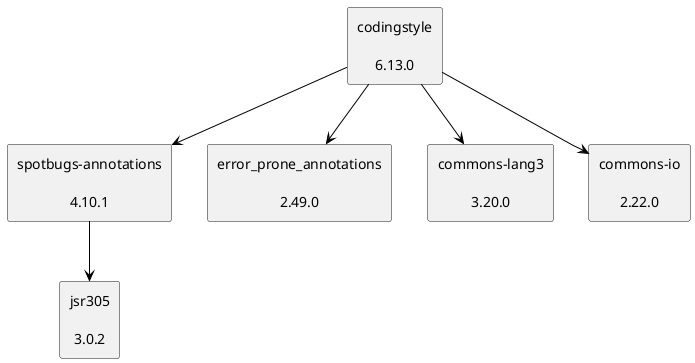
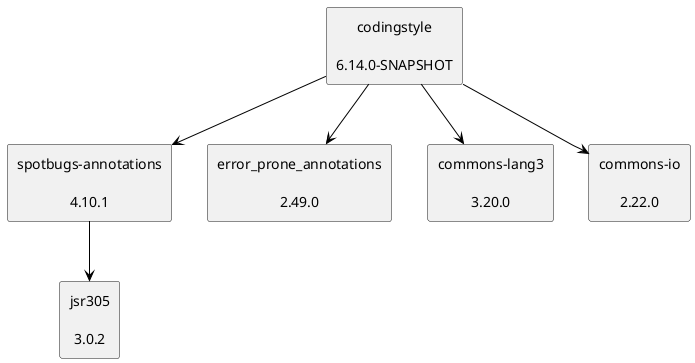
@startuml
skinparam defaultTextAlignment center
skinparam rectangle {
  BackgroundColor<<optional>> beige
  BackgroundColor<<test>> lightGreen
  BackgroundColor<<runtime>> lightBlue
  BackgroundColor<<provided>> lightGray
}
rectangle "spotbugs-annotations\n\n4.10.1" as com_github_spotbugs_spotbugs_annotations_jar
rectangle "jsr305\n\n3.0.2" as com_google_code_findbugs_jsr305_jar
- rectangle "codingstyle\n\n6.13.0" as edu_hm_hafner_codingstyle_jar
+ rectangle "codingstyle\n\n6.14.0-SNAPSHOT" as edu_hm_hafner_codingstyle_jar
rectangle "error_prone_annotations\n\n2.49.0" as com_google_errorprone_error_prone_annotations_jar
rectangle "commons-lang3\n\n3.20.0" as org_apache_commons_commons_lang3_jar
rectangle "commons-io\n\n2.22.0" as commons_io_commons_io_jar
com_github_spotbugs_spotbugs_annotations_jar -[#000000]-> com_google_code_findbugs_jsr305_jar
edu_hm_hafner_codingstyle_jar -[#000000]-> com_github_spotbugs_spotbugs_annotations_jar
edu_hm_hafner_codingstyle_jar -[#000000]-> com_google_errorprone_error_prone_annotations_jar
edu_hm_hafner_codingstyle_jar -[#000000]-> org_apache_commons_commons_lang3_jar
edu_hm_hafner_codingstyle_jar -[#000000]-> commons_io_commons_io_jar
@enduml